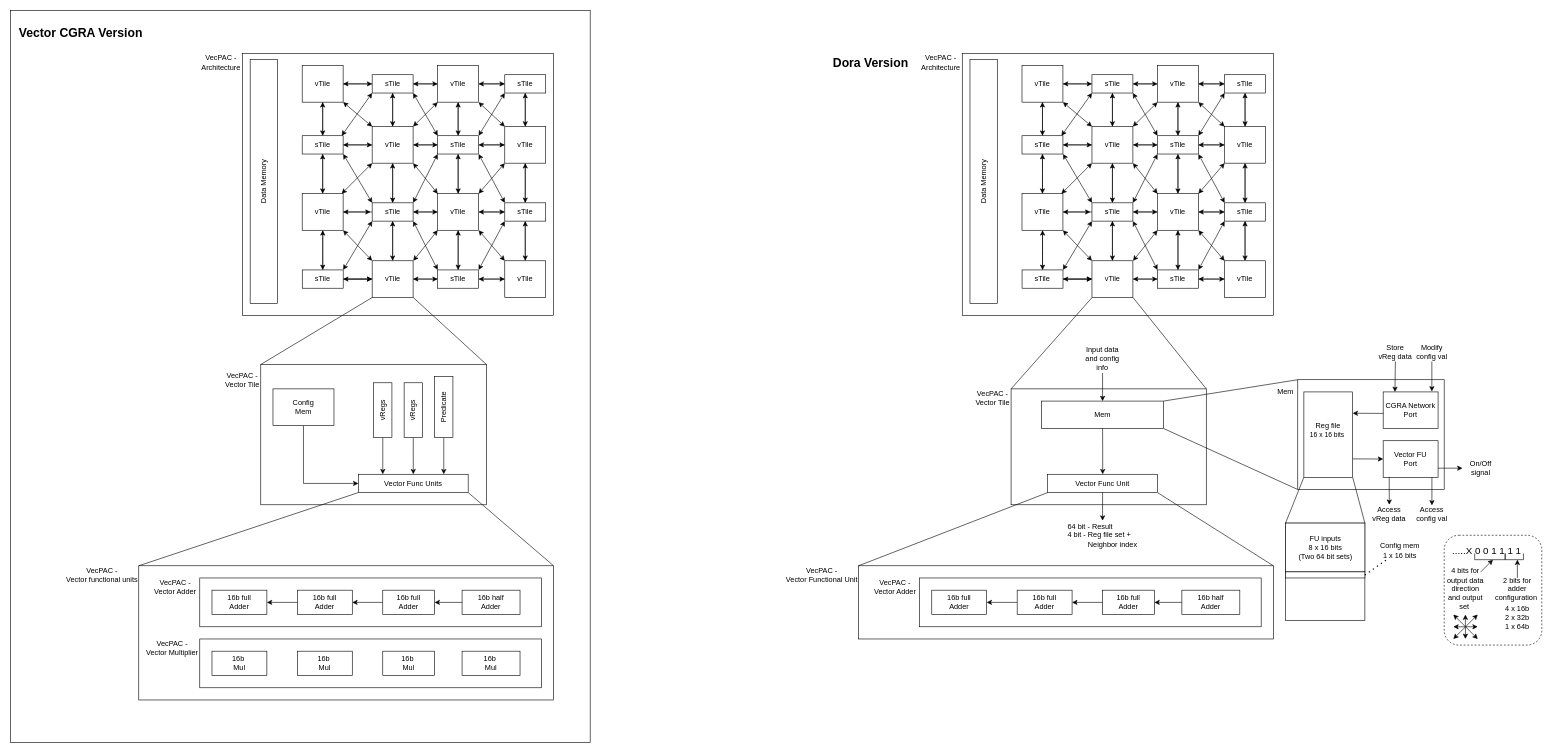
Earlier version of the draw.io diagram draw/vecpac_arch.drawio (jovankoledin/cgra_tile_hdl). Source tidied: cells renumbered, new cells numbered last; positions are measured from the earlier drawing's top-left corner, leaving out a move shared by most shapes. Both pictures are drawn from the tidied source at 61%, with x=0, y=0 at pixel (10, 10).
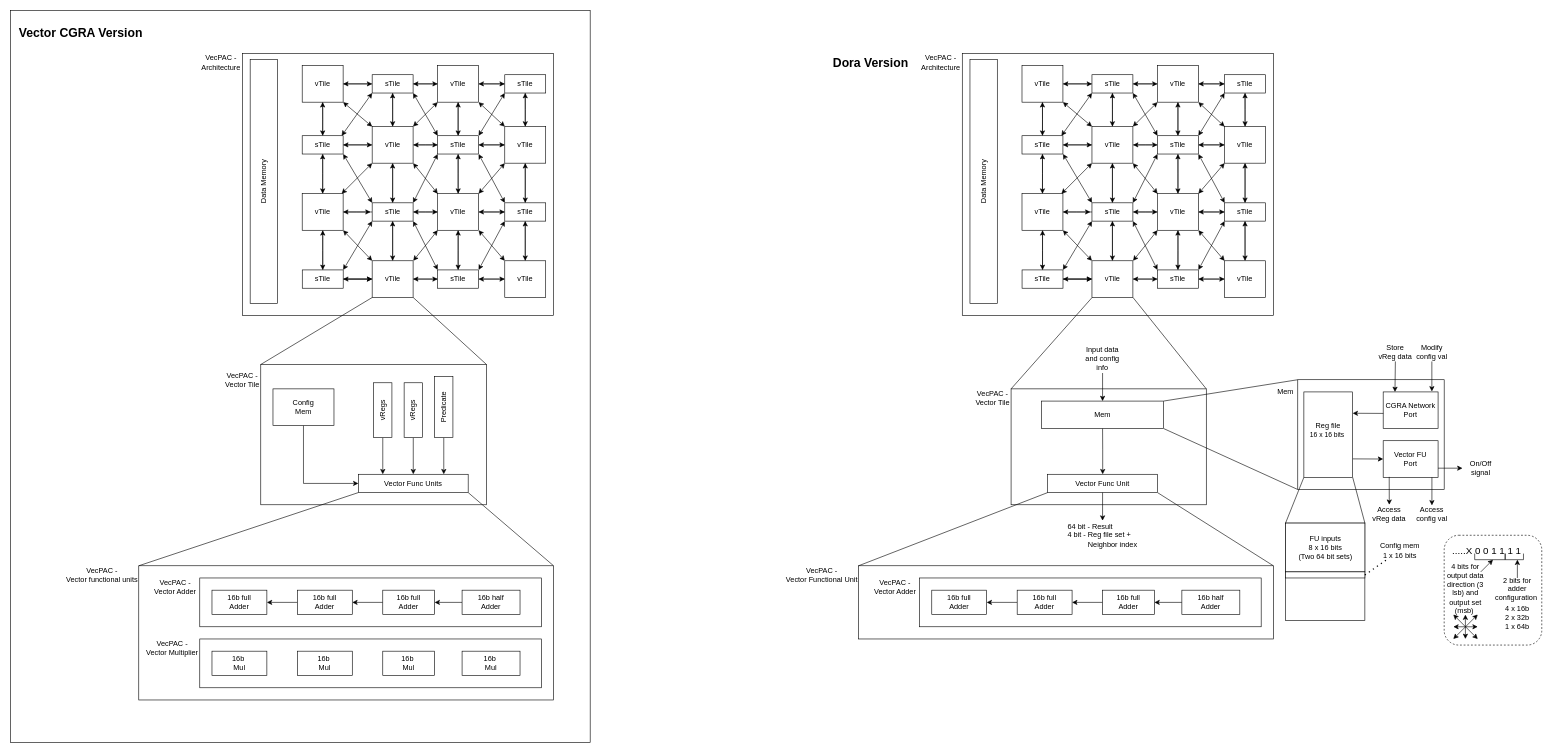
The same page after the edit.

What changed in the source:
```diff
@@
-    <mxCell id="263" value="4 bits for output data direction and output set&lt;span style=&quot;background-color: transparent;&quot;&gt;&amp;nbsp;&lt;/span&gt;&lt;div&gt;&lt;span style=&quot;background-color: transparent; color: light-dark(rgb(0, 0, 0), rgb(255, 255, 255));&quot;&gt;&lt;br&gt;&lt;/span&gt;&lt;/div&gt;" style="text;html=1;align=center;verticalAlign=middle;whiteSpace=wrap;rounded=0;" parent="1" vertex="1">
+    <mxCell id="263" value="4 bits for output data direction (3 lsb) and output set (msb)&lt;span style=&quot;background-color: transparent;&quot;&gt;&amp;nbsp;&lt;/span&gt;&lt;div&gt;&lt;span style=&quot;background-color: transparent; color: light-dark(rgb(0, 0, 0), rgb(255, 255, 255));&quot;&gt;&lt;br&gt;&lt;/span&gt;&lt;/div&gt;" style="text;html=1;align=center;verticalAlign=middle;whiteSpace=wrap;rounded=0;" parent="1" vertex="1">
       <mxGeometry x="2350" y="940" width="70" height="30" as="geometry" />
     </mxCell>
```
